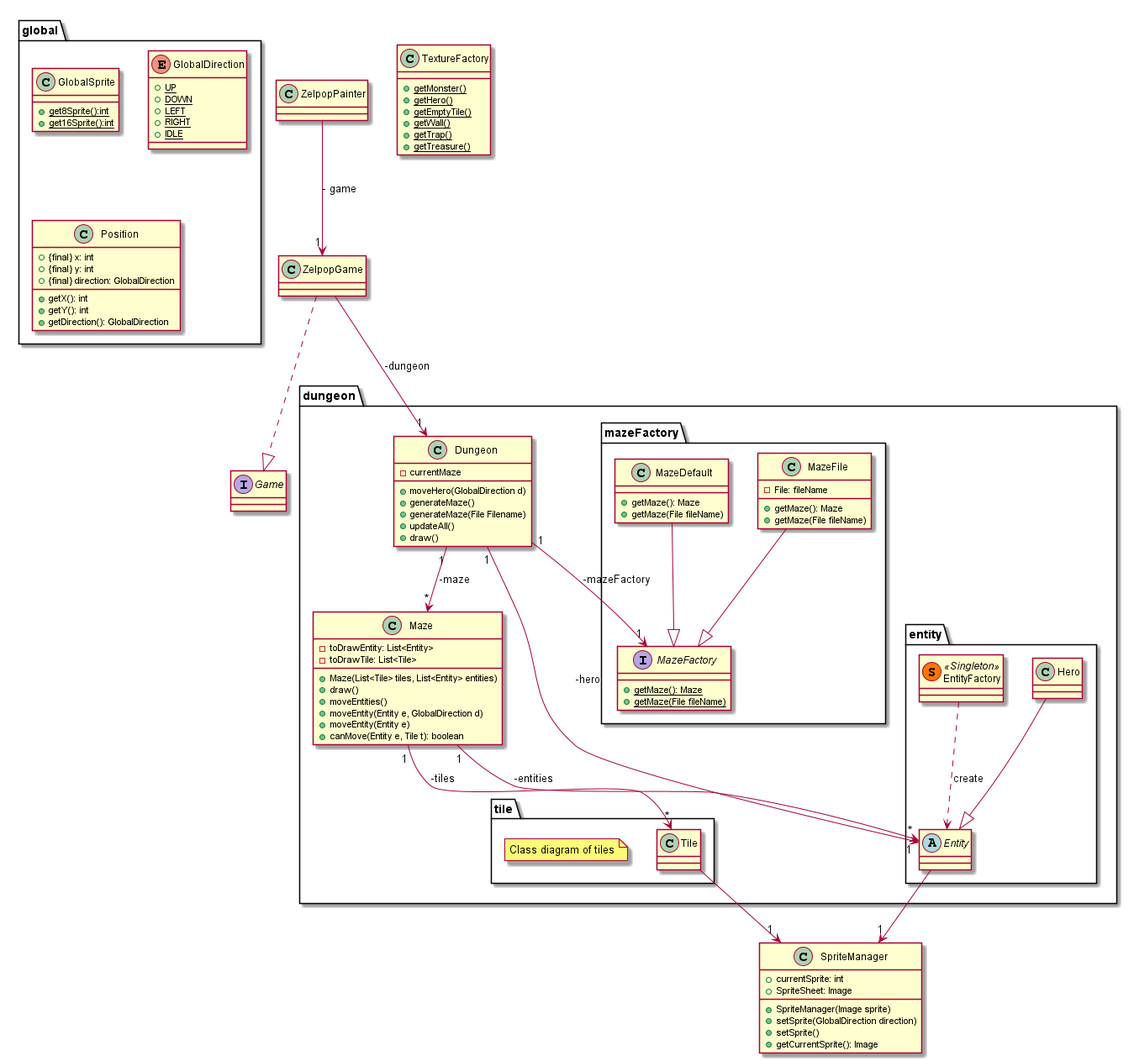
Earlier version of the PlantUML export doc/first_sprint/diagrams/class/global.png (Reynault/ACL_2019_Zelpop).
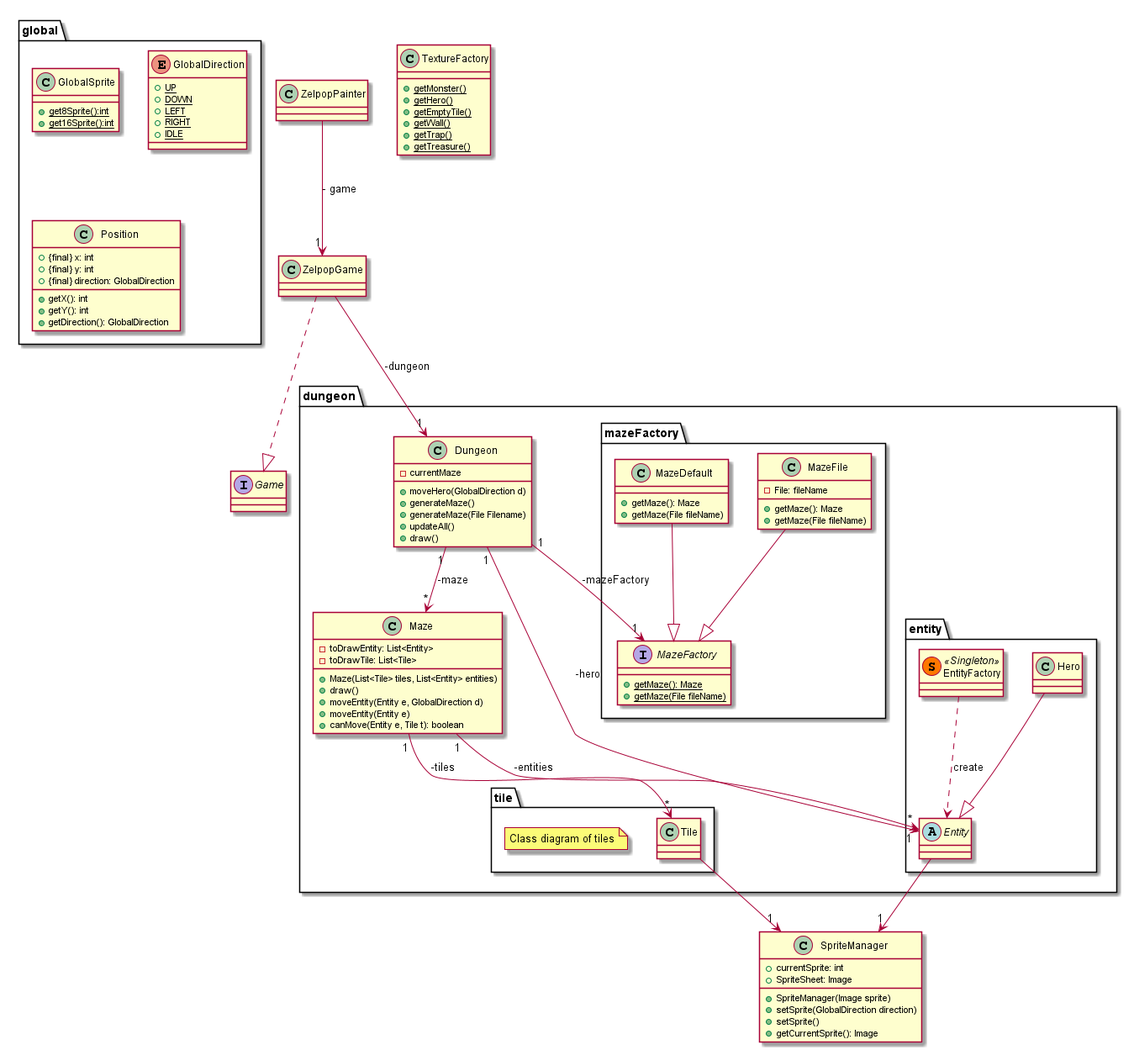
After the commit.

What changed in the source:
```diff
@@ -24,7 +24,6 @@
         - toDrawTile: List<Tile>
         + Maze(List<Tile> tiles, List<Entity> entities)
         + draw()
-        + moveEntities()
         + moveEntity(Entity e, GlobalDirection d)
         + moveEntity(Entity e)
         + canMove(Entity e, Tile t): boolean
```
